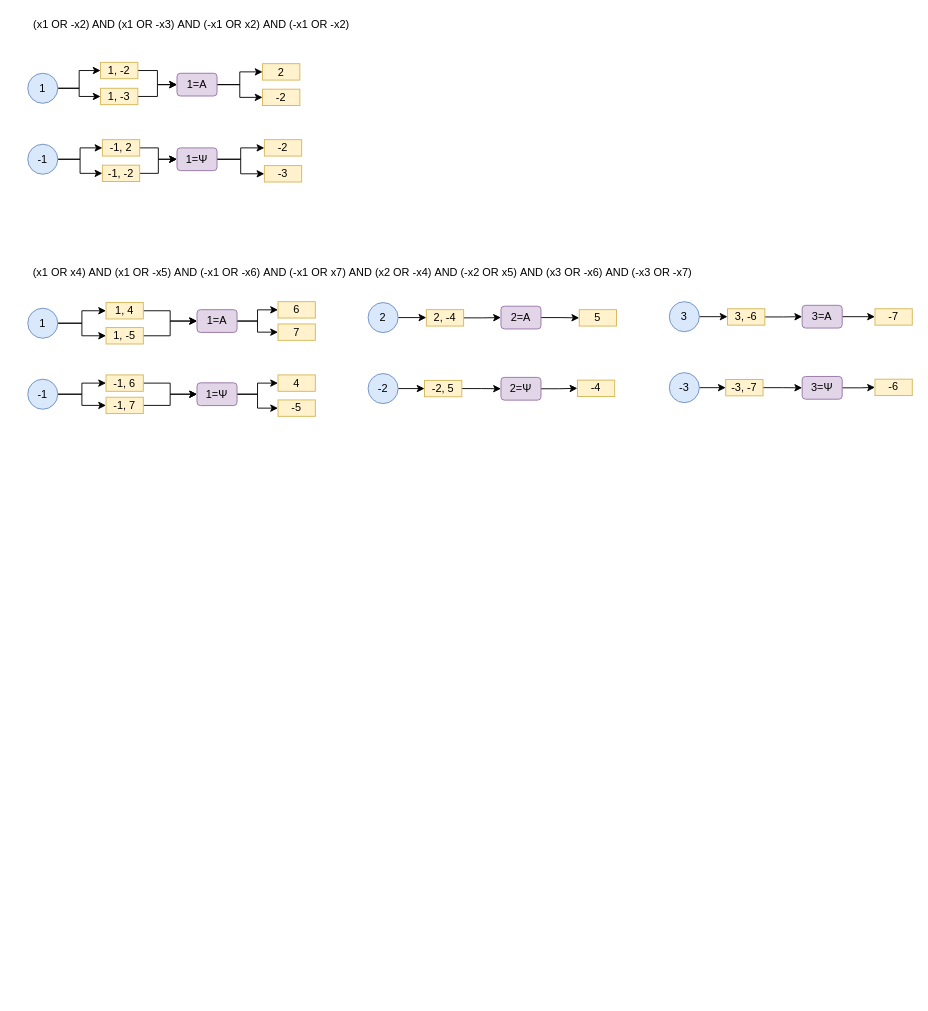
The draw.io diagram page "Σελίδα-1" (2 of 2) of SATCalculator/Resources/test sat 3.drawio in kritikov/SATCalculator-released, before the edit. Source tidied: cells renumbered, new cells numbered last; positions are measured from the earlier drawing's top-left corner, leaving out a move shared by most shapes. Both pictures are drawn from the tidied source at 91%, with x=0, y=0 at pixel (15, 15).
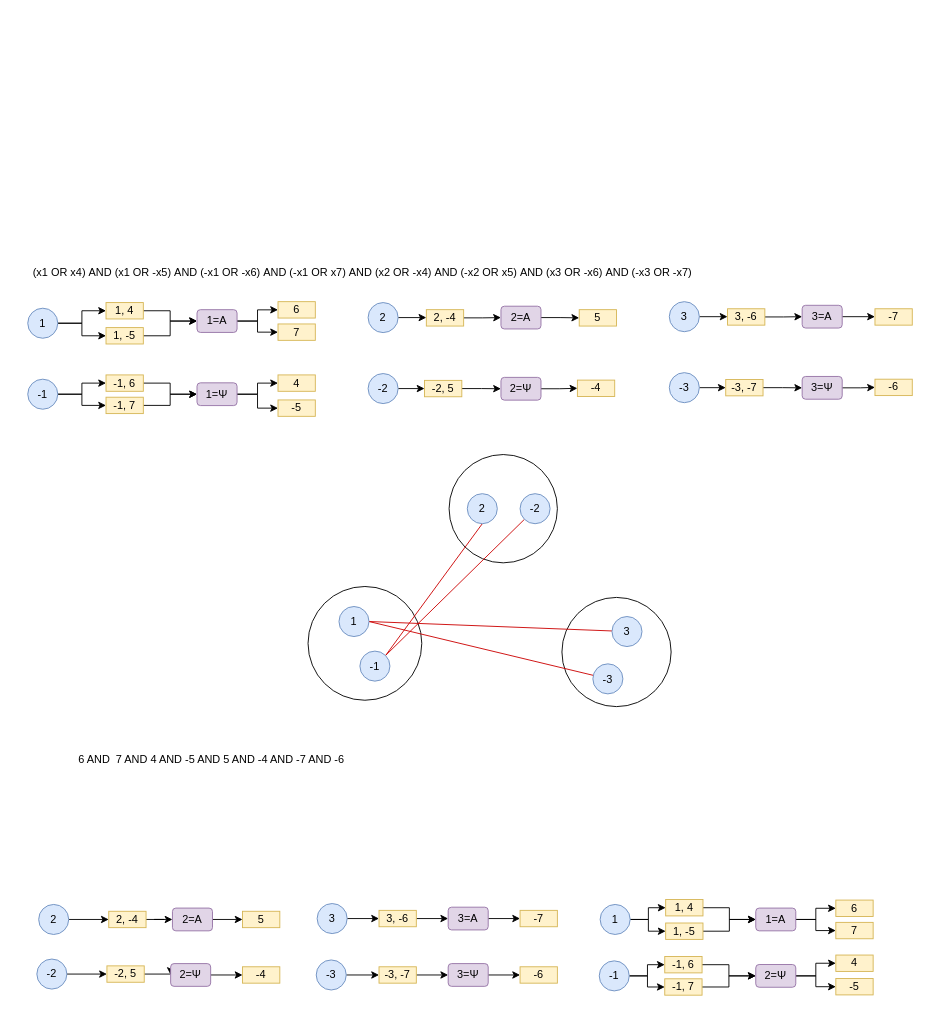
The same page after the edit.

What changed in the source:
```diff
@@
-    <mxCell id="2" style="edgeStyle=orthogonalEdgeStyle;rounded=0;jettySize=auto;html=1;exitX=1;exitY=0.5;exitDx=0;exitDy=0;" parent="1" edge="1" source="3" target="18">
-      <mxGeometry relative="1" as="geometry" />
-    </mxCell>
-    <mxCell id="3" value="1, -2" style="rounded=0;whiteSpace=wrap;html=1;fillColor=#fff2cc;strokeColor=#d6b656;" parent="1" vertex="1">
-      <mxGeometry x="93" y="51" width="41" height="18" as="geometry" />
-    </mxCell>
-    <mxCell id="4" style="edgeStyle=orthogonalEdgeStyle;rounded=0;jettySize=auto;html=1;exitX=1;exitY=0.5;exitDx=0;exitDy=0;entryX=0;entryY=0.5;entryDx=0;entryDy=0;" parent="1" edge="1" source="5" target="21">
-      <mxGeometry relative="1" as="geometry" />
-    </mxCell>
-    <mxCell id="5" value="-1, 2" style="rounded=0;whiteSpace=wrap;html=1;fillColor=#fff2cc;strokeColor=#d6b656;" parent="1" vertex="1">
-      <mxGeometry x="95" y="136" width="41" height="18" as="geometry" />
-    </mxCell>
-    <mxCell id="6" style="edgeStyle=orthogonalEdgeStyle;rounded=0;jettySize=auto;html=1;exitX=1;exitY=0.5;exitDx=0;exitDy=0;" parent="1" edge="1" source="7" target="21">
-      <mxGeometry relative="1" as="geometry" />
-    </mxCell>
-    <mxCell id="7" value="-1, -2" style="rounded=0;whiteSpace=wrap;html=1;fillColor=#fff2cc;strokeColor=#d6b656;" parent="1" vertex="1">
-      <mxGeometry x="95" y="164" width="41" height="18" as="geometry" />
-    </mxCell>
-    <mxCell id="8" style="edgeStyle=orthogonalEdgeStyle;rounded=0;jettySize=auto;html=1;exitX=1;exitY=0.5;exitDx=0;exitDy=0;entryX=0;entryY=0.5;entryDx=0;entryDy=0;" parent="1" edge="1" source="9" target="18">
-      <mxGeometry relative="1" as="geometry" />
-    </mxCell>
-    <mxCell id="9" value="1, -3" style="rounded=0;whiteSpace=wrap;html=1;fillColor=#fff2cc;strokeColor=#d6b656;" parent="1" vertex="1">
-      <mxGeometry x="93" y="79.5" width="41" height="18" as="geometry" />
-    </mxCell>
-    <mxCell id="10" style="edgeStyle=orthogonalEdgeStyle;rounded=0;jettySize=auto;html=1;exitX=1;exitY=0.5;exitDx=0;exitDy=0;entryX=0;entryY=0.5;entryDx=0;entryDy=0;" parent="1" edge="1" source="12" target="3">
-      <mxGeometry relative="1" as="geometry" />
-    </mxCell>
-    <mxCell id="11" style="edgeStyle=orthogonalEdgeStyle;rounded=0;jettySize=auto;html=1;exitX=1;exitY=0.5;exitDx=0;exitDy=0;entryX=0;entryY=0.5;entryDx=0;entryDy=0;" parent="1" edge="1" source="12" target="9">
-      <mxGeometry relative="1" as="geometry" />
-    </mxCell>
-    <mxCell id="12" value="1" style="ellipse;whiteSpace=wrap;html=1;fillColor=#dae8fc;strokeColor=#6c8ebf;" parent="1" vertex="1">
-      <mxGeometry x="13" y="63" width="33" height="33" as="geometry" />
-    </mxCell>
-    <mxCell id="13" style="edgeStyle=orthogonalEdgeStyle;rounded=0;jettySize=auto;html=1;exitX=1;exitY=0.5;exitDx=0;exitDy=0;entryX=0;entryY=0.5;entryDx=0;entryDy=0;" parent="1" edge="1" source="15" target="5">
-      <mxGeometry relative="1" as="geometry" />
-    </mxCell>
-    <mxCell id="14" style="edgeStyle=orthogonalEdgeStyle;rounded=0;jettySize=auto;html=1;exitX=1;exitY=0.5;exitDx=0;exitDy=0;entryX=0;entryY=0.5;entryDx=0;entryDy=0;" parent="1" edge="1" source="15" target="7">
-      <mxGeometry relative="1" as="geometry" />
-    </mxCell>
-    <mxCell id="15" value="-1" style="ellipse;whiteSpace=wrap;html=1;fillColor=#dae8fc;strokeColor=#6c8ebf;" parent="1" vertex="1">
-      <mxGeometry x="13" y="141" width="33" height="33" as="geometry" />
-    </mxCell>
-    <mxCell id="16" style="edgeStyle=orthogonalEdgeStyle;rounded=0;jettySize=auto;html=1;exitX=1;exitY=0.5;exitDx=0;exitDy=0;entryX=0;entryY=0.5;entryDx=0;entryDy=0;" parent="1" edge="1" source="18" target="22">
-      <mxGeometry relative="1" as="geometry" />
-    </mxCell>
-    <mxCell id="17" style="edgeStyle=orthogonalEdgeStyle;rounded=0;jettySize=auto;html=1;exitX=1;exitY=0.5;exitDx=0;exitDy=0;entryX=0;entryY=0.5;entryDx=0;entryDy=0;" parent="1" edge="1" source="18" target="23">
-      <mxGeometry relative="1" as="geometry" />
-    </mxCell>
-    <mxCell id="18" value="1=A" style="rounded=1;whiteSpace=wrap;html=1;fillColor=#e1d5e7;strokeColor=#9673a6;" parent="1" vertex="1">
-      <mxGeometry x="177" y="63" width="44" height="25" as="geometry" />
-    </mxCell>
-    <mxCell id="19" style="edgeStyle=orthogonalEdgeStyle;rounded=0;jettySize=auto;html=1;exitX=1;exitY=0.5;exitDx=0;exitDy=0;entryX=0;entryY=0.5;entryDx=0;entryDy=0;" parent="1" edge="1" source="21" target="24">
-      <mxGeometry relative="1" as="geometry" />
-    </mxCell>
-    <mxCell id="20" style="edgeStyle=orthogonalEdgeStyle;rounded=0;jettySize=auto;html=1;exitX=1;exitY=0.5;exitDx=0;exitDy=0;entryX=0;entryY=0.5;entryDx=0;entryDy=0;" parent="1" edge="1" source="21" target="25">
-      <mxGeometry relative="1" as="geometry" />
-    </mxCell>
-    <mxCell id="21" value="1=Ψ" style="rounded=1;whiteSpace=wrap;html=1;fillColor=#e1d5e7;strokeColor=#9673a6;" parent="1" vertex="1">
-      <mxGeometry x="177" y="145" width="44" height="25" as="geometry" />
-    </mxCell>
-    <mxCell id="22" value="2" style="rounded=0;whiteSpace=wrap;html=1;fillColor=#fff2cc;strokeColor=#d6b656;" parent="1" vertex="1">
-      <mxGeometry x="271" y="52.5" width="41" height="18" as="geometry" />
-    </mxCell>
-    <mxCell id="23" value="-2" style="rounded=0;whiteSpace=wrap;html=1;fillColor=#fff2cc;strokeColor=#d6b656;" parent="1" vertex="1">
-      <mxGeometry x="271" y="80.5" width="41" height="18" as="geometry" />
-    </mxCell>
-    <mxCell id="24" value="-2" style="rounded=0;whiteSpace=wrap;html=1;fillColor=#fff2cc;strokeColor=#d6b656;" parent="1" vertex="1">
-      <mxGeometry x="273" y="136" width="41" height="18" as="geometry" />
-    </mxCell>
-    <mxCell id="25" value="-3" style="rounded=0;whiteSpace=wrap;html=1;fillColor=#fff2cc;strokeColor=#d6b656;" parent="1" vertex="1">
-      <mxGeometry x="273" y="164.5" width="41" height="18" as="geometry" />
-    </mxCell>
+    <mxCell id="80" style="ellipse;whiteSpace=wrap;html=1;" parent="1" vertex="1">
+      <mxGeometry x="600" y="639" width="120" height="120" as="geometry" />
+    </mxCell>
+    <mxCell id="81" style="ellipse;whiteSpace=wrap;html=1;" parent="1" vertex="1">
+      <mxGeometry x="476" y="482" width="119" height="119" as="geometry" />
+    </mxCell>
+    <mxCell id="82" style="ellipse;whiteSpace=wrap;html=1;" parent="1" vertex="1">
+      <mxGeometry x="321" y="627" width="125" height="125" as="geometry" />
+    </mxCell>
@@
-    <mxCell id="78" value="(x1 OR -x2) AND (x1 OR -x3)&amp;nbsp;AND (-x1 OR x2)&amp;nbsp;AND (-x1 OR -x2)" style="text;html=1;strokeColor=none;fillColor=none;align=center;verticalAlign=middle;whiteSpace=wrap;rounded=0;" parent="1" vertex="1">
-      <mxGeometry x="11" width="364" height="20" as="geometry" />
-    </mxCell>
@@
+    <mxCell id="83" style="rounded=0;jettySize=auto;html=1;exitX=1;exitY=0.5;exitDx=0;exitDy=0;endArrow=none;endFill=0;strokeColor=#CC0000;" parent="1" edge="1" source="85" target="91">
+      <mxGeometry relative="1" as="geometry" />
+    </mxCell>
+    <mxCell id="84" style="edgeStyle=none;rounded=0;jettySize=auto;html=1;exitX=1;exitY=0.5;exitDx=0;exitDy=0;endArrow=none;endFill=0;strokeColor=#CC0000;" parent="1" edge="1" source="85" target="92">
+      <mxGeometry relative="1" as="geometry" />
+    </mxCell>
+    <mxCell id="85" value="1" style="ellipse;whiteSpace=wrap;html=1;fillColor=#dae8fc;strokeColor=#6c8ebf;" parent="1" vertex="1">
+      <mxGeometry x="355" y="649" width="33" height="33" as="geometry" />
+    </mxCell>
+    <mxCell id="86" style="edgeStyle=none;rounded=0;jettySize=auto;html=1;exitX=1;exitY=0;exitDx=0;exitDy=0;entryX=0.5;entryY=1;entryDx=0;entryDy=0;endArrow=none;endFill=0;strokeColor=#CC0000;" parent="1" edge="1" source="88" target="89">
+      <mxGeometry relative="1" as="geometry" />
+    </mxCell>
+    <mxCell id="87" style="edgeStyle=none;rounded=0;jettySize=auto;html=1;exitX=1;exitY=0;exitDx=0;exitDy=0;entryX=0;entryY=1;entryDx=0;entryDy=0;endArrow=none;endFill=0;strokeColor=#CC0000;" parent="1" edge="1" source="88" target="90">
+      <mxGeometry relative="1" as="geometry" />
+    </mxCell>
+    <mxCell id="88" value="-1" style="ellipse;whiteSpace=wrap;html=1;fillColor=#dae8fc;strokeColor=#6c8ebf;" parent="1" vertex="1">
+      <mxGeometry x="378" y="698" width="33" height="33" as="geometry" />
+    </mxCell>
+    <mxCell id="89" value="2" style="ellipse;whiteSpace=wrap;html=1;fillColor=#dae8fc;strokeColor=#6c8ebf;" parent="1" vertex="1">
+      <mxGeometry x="496" y="525" width="33" height="33" as="geometry" />
+    </mxCell>
+    <mxCell id="90" value="-2" style="ellipse;whiteSpace=wrap;html=1;fillColor=#dae8fc;strokeColor=#6c8ebf;" parent="1" vertex="1">
+      <mxGeometry x="554" y="525" width="33" height="33" as="geometry" />
+    </mxCell>
+    <mxCell id="91" value="3" style="ellipse;whiteSpace=wrap;html=1;fillColor=#dae8fc;strokeColor=#6c8ebf;" parent="1" vertex="1">
+      <mxGeometry x="655" y="660" width="33" height="33" as="geometry" />
+    </mxCell>
+    <mxCell id="92" value="-3" style="ellipse;whiteSpace=wrap;html=1;fillColor=#dae8fc;strokeColor=#6c8ebf;" parent="1" vertex="1">
+      <mxGeometry x="634" y="712" width="33" height="33" as="geometry" />
+    </mxCell>
+    <mxCell id="93" style="edgeStyle=orthogonalEdgeStyle;rounded=0;jettySize=auto;html=1;exitX=1;exitY=0.5;exitDx=0;exitDy=0;startArrow=none;startFill=0;endArrow=classic;endFill=1;strokeColor=#000000;" parent="1" edge="1" source="94" target="18">
+      <mxGeometry relative="1" as="geometry" />
+    </mxCell>
+    <mxCell id="94" value="1, 4" style="rounded=0;whiteSpace=wrap;html=1;fillColor=#fff2cc;strokeColor=#d6b656;" parent="1" vertex="1">
+      <mxGeometry x="714" y="971" width="41" height="18" as="geometry" />
+    </mxCell>
+    <mxCell id="95" style="edgeStyle=orthogonalEdgeStyle;rounded=0;jettySize=auto;html=1;exitX=1;exitY=0.5;exitDx=0;exitDy=0;startArrow=none;startFill=0;endArrow=classic;endFill=1;strokeColor=#000000;" parent="1" edge="1" source="96" target="112">
+      <mxGeometry relative="1" as="geometry" />
+    </mxCell>
+    <mxCell id="96" value="2, -4" style="rounded=0;whiteSpace=wrap;html=1;fillColor=#fff2cc;strokeColor=#d6b656;" parent="1" vertex="1">
+      <mxGeometry x="102" y="983.9" width="41" height="18" as="geometry" />
+    </mxCell>
+    <mxCell id="97" style="edgeStyle=orthogonalEdgeStyle;rounded=0;jettySize=auto;html=1;exitX=1;exitY=0.5;exitDx=0;exitDy=0;entryX=0;entryY=0.5;entryDx=0;entryDy=0;startArrow=none;startFill=0;endArrow=classic;endFill=1;strokeColor=#000000;" parent="1" edge="1" source="98" target="114">
+      <mxGeometry relative="1" as="geometry" />
+    </mxCell>
+    <mxCell id="98" value="-2, 5" style="rounded=0;whiteSpace=wrap;html=1;fillColor=#fff2cc;strokeColor=#d6b656;" parent="1" vertex="1">
+      <mxGeometry x="100" y="1043.9" width="41" height="18" as="geometry" />
+    </mxCell>
+    <mxCell id="99" style="edgeStyle=orthogonalEdgeStyle;rounded=0;jettySize=auto;html=1;exitX=1;exitY=0.5;exitDx=0;exitDy=0;entryX=0;entryY=0.5;entryDx=0;entryDy=0;startArrow=none;startFill=0;endArrow=classic;endFill=1;strokeColor=#000000;" parent="1" edge="1" source="100" target="139">
+      <mxGeometry relative="1" as="geometry" />
+    </mxCell>
+    <mxCell id="100" value="-1, 6" style="rounded=0;whiteSpace=wrap;html=1;fillColor=#fff2cc;strokeColor=#d6b656;" parent="1" vertex="1">
+      <mxGeometry x="713" y="1033.6" width="41" height="18" as="geometry" />
+    </mxCell>
+    <mxCell id="101" style="edgeStyle=orthogonalEdgeStyle;rounded=0;jettySize=auto;html=1;exitX=1;exitY=0.5;exitDx=0;exitDy=0;entryX=0;entryY=0.5;entryDx=0;entryDy=0;startArrow=none;startFill=0;endArrow=classic;endFill=1;strokeColor=#000000;" parent="1" edge="1" source="102" target="139">
+      <mxGeometry relative="1" as="geometry" />
+    </mxCell>
+    <mxCell id="102" value="-1, 7" style="rounded=0;whiteSpace=wrap;html=1;fillColor=#fff2cc;strokeColor=#d6b656;" parent="1" vertex="1">
+      <mxGeometry x="713" y="1058.1" width="41" height="18" as="geometry" />
+    </mxCell>
+    <mxCell id="103" style="edgeStyle=orthogonalEdgeStyle;rounded=0;jettySize=auto;html=1;exitX=1;exitY=0.5;exitDx=0;exitDy=0;entryX=0;entryY=0.5;entryDx=0;entryDy=0;startArrow=none;startFill=0;endArrow=classic;endFill=1;strokeColor=#000000;" parent="1" edge="1" source="104" target="124">
+      <mxGeometry relative="1" as="geometry" />
+    </mxCell>
+    <mxCell id="104" value="3, -6" style="rounded=0;whiteSpace=wrap;html=1;fillColor=#fff2cc;strokeColor=#d6b656;" parent="1" vertex="1">
+      <mxGeometry x="399" y="982.9" width="41" height="18" as="geometry" />
+    </mxCell>
+    <mxCell id="105" style="edgeStyle=orthogonalEdgeStyle;rounded=0;jettySize=auto;html=1;exitX=1;exitY=0.5;exitDx=0;exitDy=0;entryX=0;entryY=0.5;entryDx=0;entryDy=0;startArrow=none;startFill=0;endArrow=classic;endFill=1;strokeColor=#000000;" parent="1" edge="1" source="106" target="18">
+      <mxGeometry relative="1" as="geometry" />
+    </mxCell>
+    <mxCell id="106" value="1, -5" style="rounded=0;whiteSpace=wrap;html=1;fillColor=#fff2cc;strokeColor=#d6b656;" parent="1" vertex="1">
+      <mxGeometry x="714" y="996.8" width="41" height="18" as="geometry" />
+    </mxCell>
+    <mxCell id="107" style="edgeStyle=orthogonalEdgeStyle;rounded=0;jettySize=auto;html=1;exitX=1;exitY=0.5;exitDx=0;exitDy=0;entryX=0;entryY=0.5;entryDx=0;entryDy=0;endArrow=classic;endFill=1;startArrow=none;startFill=0;" parent="1" edge="1" source="108" target="96">
+      <mxGeometry relative="1" as="geometry" />
+    </mxCell>
+    <mxCell id="108" value="2" style="ellipse;whiteSpace=wrap;html=1;fillColor=#dae8fc;strokeColor=#6c8ebf;" parent="1" vertex="1">
+      <mxGeometry x="25" y="976.4" width="33" height="33" as="geometry" />
+    </mxCell>
+    <mxCell id="109" style="edgeStyle=orthogonalEdgeStyle;rounded=0;jettySize=auto;html=1;exitX=1;exitY=0.5;exitDx=0;exitDy=0;entryX=0;entryY=0.5;entryDx=0;entryDy=0;startArrow=none;startFill=0;endArrow=classic;endFill=1;strokeColor=#000000;" parent="1" edge="1" source="110" target="98">
+      <mxGeometry relative="1" as="geometry" />
+    </mxCell>
+    <mxCell id="110" value="-2" style="ellipse;whiteSpace=wrap;html=1;fillColor=#dae8fc;strokeColor=#6c8ebf;" parent="1" vertex="1">
+      <mxGeometry x="23" y="1036.4" width="33" height="33" as="geometry" />
+    </mxCell>
+    <mxCell id="111" style="edgeStyle=orthogonalEdgeStyle;rounded=0;jettySize=auto;html=1;exitX=1;exitY=0.5;exitDx=0;exitDy=0;entryX=0;entryY=0.5;entryDx=0;entryDy=0;startArrow=none;startFill=0;endArrow=classic;endFill=1;strokeColor=#000000;" parent="1" edge="1" source="112" target="116">
+      <mxGeometry relative="1" as="geometry" />
+    </mxCell>
+    <mxCell id="112" value="2=A" style="rounded=1;whiteSpace=wrap;html=1;fillColor=#e1d5e7;strokeColor=#9673a6;" parent="1" vertex="1">
+      <mxGeometry x="172" y="980.4" width="44" height="25" as="geometry" />
+    </mxCell>
+    <mxCell id="113" style="edgeStyle=orthogonalEdgeStyle;rounded=0;jettySize=auto;html=1;exitX=1;exitY=0.5;exitDx=0;exitDy=0;entryX=0;entryY=0.5;entryDx=0;entryDy=0;startArrow=none;startFill=0;endArrow=classic;endFill=1;strokeColor=#000000;" parent="1" edge="1" source="114" target="115">
+      <mxGeometry relative="1" as="geometry" />
+    </mxCell>
+    <mxCell id="114" value="2=Ψ" style="rounded=1;whiteSpace=wrap;html=1;fillColor=#e1d5e7;strokeColor=#9673a6;" parent="1" vertex="1">
+      <mxGeometry x="170" y="1041.4" width="44" height="25" as="geometry" />
+    </mxCell>
+    <mxCell id="115" value="-4" style="rounded=0;whiteSpace=wrap;html=1;fillColor=#fff2cc;strokeColor=#d6b656;" parent="1" vertex="1">
+      <mxGeometry x="249" y="1044.9" width="41" height="18" as="geometry" />
+    </mxCell>
+    <mxCell id="116" value="5" style="rounded=0;whiteSpace=wrap;html=1;fillColor=#fff2cc;strokeColor=#d6b656;" parent="1" vertex="1">
+      <mxGeometry x="249" y="983.9" width="41" height="18" as="geometry" />
+    </mxCell>
+    <mxCell id="117" style="edgeStyle=orthogonalEdgeStyle;rounded=0;jettySize=auto;html=1;exitX=1;exitY=0.5;exitDx=0;exitDy=0;entryX=0;entryY=0.5;entryDx=0;entryDy=0;startArrow=none;startFill=0;endArrow=classic;endFill=1;strokeColor=#000000;" parent="1" edge="1" source="118" target="104">
+      <mxGeometry relative="1" as="geometry" />
+    </mxCell>
+    <mxCell id="118" value="3" style="ellipse;whiteSpace=wrap;html=1;fillColor=#dae8fc;strokeColor=#6c8ebf;" parent="1" vertex="1">
+      <mxGeometry x="331" y="975.4" width="33" height="33" as="geometry" />
+    </mxCell>
+    <mxCell id="119" style="edgeStyle=orthogonalEdgeStyle;rounded=0;jettySize=auto;html=1;exitX=1;exitY=0.5;exitDx=0;exitDy=0;entryX=0;entryY=0.5;entryDx=0;entryDy=0;startArrow=none;startFill=0;endArrow=classic;endFill=1;strokeColor=#000000;" parent="1" edge="1" source="120" target="122">
+      <mxGeometry relative="1" as="geometry" />
+    </mxCell>
+    <mxCell id="120" value="-3" style="ellipse;whiteSpace=wrap;html=1;fillColor=#dae8fc;strokeColor=#6c8ebf;" parent="1" vertex="1">
+      <mxGeometry x="330" y="1037.4" width="33" height="33" as="geometry" />
+    </mxCell>
+    <mxCell id="121" style="edgeStyle=orthogonalEdgeStyle;rounded=0;jettySize=auto;html=1;exitX=1;exitY=0.5;exitDx=0;exitDy=0;entryX=0;entryY=0.5;entryDx=0;entryDy=0;startArrow=none;startFill=0;endArrow=classic;endFill=1;strokeColor=#000000;" parent="1" edge="1" source="122" target="126">
+      <mxGeometry relative="1" as="geometry" />
+    </mxCell>
+    <mxCell id="122" value="-3, -7" style="rounded=0;whiteSpace=wrap;html=1;fillColor=#fff2cc;strokeColor=#d6b656;" parent="1" vertex="1">
+      <mxGeometry x="399" y="1044.9" width="41" height="18" as="geometry" />
+    </mxCell>
+    <mxCell id="123" style="edgeStyle=orthogonalEdgeStyle;rounded=0;jettySize=auto;html=1;exitX=1;exitY=0.5;exitDx=0;exitDy=0;entryX=0;entryY=0.5;entryDx=0;entryDy=0;startArrow=none;startFill=0;endArrow=classic;endFill=1;strokeColor=#000000;" parent="1" edge="1" source="124" target="127">
+      <mxGeometry relative="1" as="geometry" />
+    </mxCell>
+    <mxCell id="124" value="3=A" style="rounded=1;whiteSpace=wrap;html=1;fillColor=#e1d5e7;strokeColor=#9673a6;" parent="1" vertex="1">
+      <mxGeometry x="475" y="979.4" width="44" height="25" as="geometry" />
+    </mxCell>
+    <mxCell id="125" style="edgeStyle=orthogonalEdgeStyle;rounded=0;jettySize=auto;html=1;exitX=1;exitY=0.5;exitDx=0;exitDy=0;entryX=0;entryY=0.5;entryDx=0;entryDy=0;startArrow=none;startFill=0;endArrow=classic;endFill=1;strokeColor=#000000;" parent="1" edge="1" source="126" target="128">
+      <mxGeometry relative="1" as="geometry" />
+    </mxCell>
+    <mxCell id="126" value="3=Ψ" style="rounded=1;whiteSpace=wrap;html=1;fillColor=#e1d5e7;strokeColor=#9673a6;" parent="1" vertex="1">
+      <mxGeometry x="475" y="1041.4" width="44" height="25" as="geometry" />
+    </mxCell>
+    <mxCell id="127" value="-7" style="rounded=0;whiteSpace=wrap;html=1;fillColor=#fff2cc;strokeColor=#d6b656;" parent="1" vertex="1">
+      <mxGeometry x="554" y="982.9" width="41" height="18" as="geometry" />
+    </mxCell>
+    <mxCell id="128" value="-6" style="rounded=0;whiteSpace=wrap;html=1;fillColor=#fff2cc;strokeColor=#d6b656;" parent="1" vertex="1">
+      <mxGeometry x="554" y="1044.9" width="41" height="18" as="geometry" />
+    </mxCell>
+    <mxCell id="129" style="edgeStyle=orthogonalEdgeStyle;rounded=0;jettySize=auto;html=1;exitX=1;exitY=0.5;exitDx=0;exitDy=0;entryX=0;entryY=0.5;entryDx=0;entryDy=0;startArrow=none;startFill=0;endArrow=classic;endFill=1;strokeColor=#000000;" parent="1" edge="1" source="131" target="94">
+      <mxGeometry relative="1" as="geometry" />
+    </mxCell>
+    <mxCell id="130" style="edgeStyle=orthogonalEdgeStyle;rounded=0;jettySize=auto;html=1;exitX=1;exitY=0.5;exitDx=0;exitDy=0;entryX=0;entryY=0.5;entryDx=0;entryDy=0;startArrow=none;startFill=0;endArrow=classic;endFill=1;strokeColor=#000000;" parent="1" edge="1" source="131" target="106">
+      <mxGeometry relative="1" as="geometry" />
+    </mxCell>
+    <mxCell id="131" value="1" style="ellipse;whiteSpace=wrap;html=1;fillColor=#dae8fc;strokeColor=#6c8ebf;" parent="1" vertex="1">
+      <mxGeometry x="642" y="976.4" width="33" height="33" as="geometry" />
+    </mxCell>
+    <mxCell id="132" style="edgeStyle=orthogonalEdgeStyle;rounded=0;jettySize=auto;html=1;exitX=1;exitY=0.5;exitDx=0;exitDy=0;entryX=0;entryY=0.5;entryDx=0;entryDy=0;startArrow=none;startFill=0;endArrow=classic;endFill=1;strokeColor=#000000;" parent="1" edge="1" source="134" target="100">
+      <mxGeometry relative="1" as="geometry" />
+    </mxCell>
+    <mxCell id="133" style="edgeStyle=orthogonalEdgeStyle;rounded=0;jettySize=auto;html=1;exitX=1;exitY=0.5;exitDx=0;exitDy=0;entryX=0;entryY=0.5;entryDx=0;entryDy=0;startArrow=none;startFill=0;endArrow=classic;endFill=1;strokeColor=#000000;" parent="1" edge="1" source="134" target="102">
+      <mxGeometry relative="1" as="geometry" />
+    </mxCell>
+    <mxCell id="134" value="-1" style="ellipse;whiteSpace=wrap;html=1;fillColor=#dae8fc;strokeColor=#6c8ebf;" parent="1" vertex="1">
+      <mxGeometry x="641" y="1038.4" width="33" height="33" as="geometry" />
+    </mxCell>
+    <mxCell id="135" style="edgeStyle=orthogonalEdgeStyle;rounded=0;jettySize=auto;html=1;exitX=1;exitY=0.5;exitDx=0;exitDy=0;entryX=0;entryY=0.5;entryDx=0;entryDy=0;startArrow=none;startFill=0;endArrow=classic;endFill=1;strokeColor=#000000;" parent="1" edge="1" source="18" target="140">
+      <mxGeometry relative="1" as="geometry" />
+    </mxCell>
+    <mxCell id="136" style="edgeStyle=orthogonalEdgeStyle;rounded=0;jettySize=auto;html=1;exitX=1;exitY=0.5;exitDx=0;exitDy=0;entryX=0;entryY=0.5;entryDx=0;entryDy=0;startArrow=none;startFill=0;endArrow=classic;endFill=1;strokeColor=#000000;" parent="1" edge="1" source="18" target="141">
+      <mxGeometry relative="1" as="geometry" />
+    </mxCell>
+    <mxCell id="18" value="1=A" style="rounded=1;whiteSpace=wrap;html=1;fillColor=#e1d5e7;strokeColor=#9673a6;" parent="1" vertex="1">
+      <mxGeometry x="813" y="980.4" width="44" height="25" as="geometry" />
+    </mxCell>
+    <mxCell id="137" style="edgeStyle=orthogonalEdgeStyle;rounded=0;jettySize=auto;html=1;exitX=1;exitY=0.5;exitDx=0;exitDy=0;startArrow=none;startFill=0;endArrow=classic;endFill=1;strokeColor=#000000;" parent="1" edge="1" source="139" target="142">
+      <mxGeometry relative="1" as="geometry" />
+    </mxCell>
+    <mxCell id="138" style="edgeStyle=orthogonalEdgeStyle;rounded=0;jettySize=auto;html=1;exitX=1;exitY=0.5;exitDx=0;exitDy=0;entryX=0;entryY=0.5;entryDx=0;entryDy=0;startArrow=none;startFill=0;endArrow=classic;endFill=1;strokeColor=#000000;" parent="1" edge="1" source="139" target="143">
+      <mxGeometry relative="1" as="geometry" />
+    </mxCell>
+    <mxCell id="139" value="2=Ψ" style="rounded=1;whiteSpace=wrap;html=1;fillColor=#e1d5e7;strokeColor=#9673a6;" parent="1" vertex="1">
+      <mxGeometry x="813" y="1042.4" width="44" height="25" as="geometry" />
+    </mxCell>
+    <mxCell id="140" value="6" style="rounded=0;whiteSpace=wrap;html=1;fillColor=#fff2cc;strokeColor=#d6b656;" parent="1" vertex="1">
+      <mxGeometry x="901" y="971.6" width="41" height="18" as="geometry" />
+    </mxCell>
+    <mxCell id="141" value="7" style="rounded=0;whiteSpace=wrap;html=1;fillColor=#fff2cc;strokeColor=#d6b656;" parent="1" vertex="1">
+      <mxGeometry x="901" y="996.1" width="41" height="18" as="geometry" />
+    </mxCell>
+    <mxCell id="142" value="4" style="rounded=0;whiteSpace=wrap;html=1;fillColor=#fff2cc;strokeColor=#d6b656;" parent="1" vertex="1">
+      <mxGeometry x="901" y="1032" width="41" height="18" as="geometry" />
+    </mxCell>
+    <mxCell id="143" value="-5" style="rounded=0;whiteSpace=wrap;html=1;fillColor=#fff2cc;strokeColor=#d6b656;" parent="1" vertex="1">
+      <mxGeometry x="901" y="1057.8" width="41" height="18" as="geometry" />
+    </mxCell>
+    <mxCell id="144" value="6 AND&amp;nbsp; 7 AND 4 AND -5 AND 5 AND -4 AND -7 AND -6" style="text;html=1;strokeColor=none;fillColor=none;align=center;verticalAlign=middle;whiteSpace=wrap;rounded=0;" parent="1" vertex="1">
+      <mxGeometry x="59" y="808" width="312" height="20" as="geometry" />
+    </mxCell>
```
